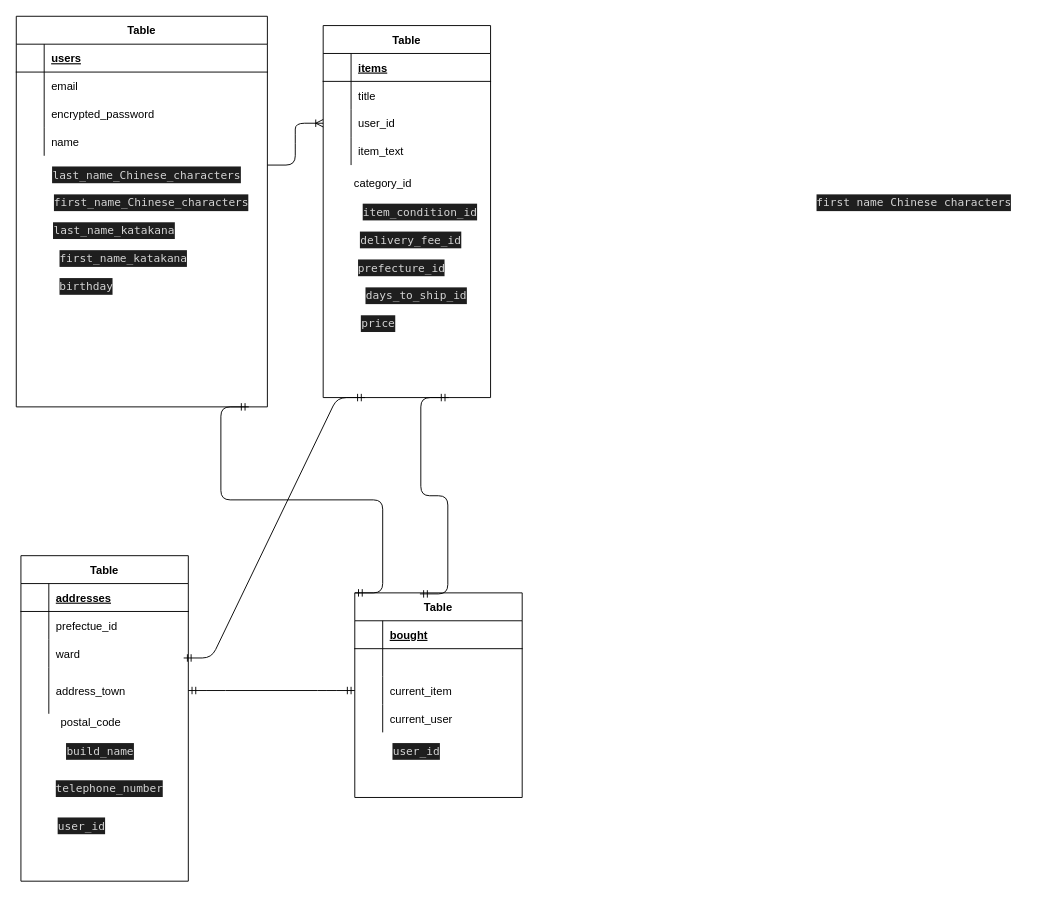
This is test.dio from maepu/furima-36376, a draw.io file, before an edit. Source tidied: cells renumbered, new cells numbered last; positions are measured from the earlier drawing's top-left corner, leaving out a move shared by most shapes. Both pictures are drawn from the tidied source at 93%, with x=0, y=0 at pixel (16, 16).
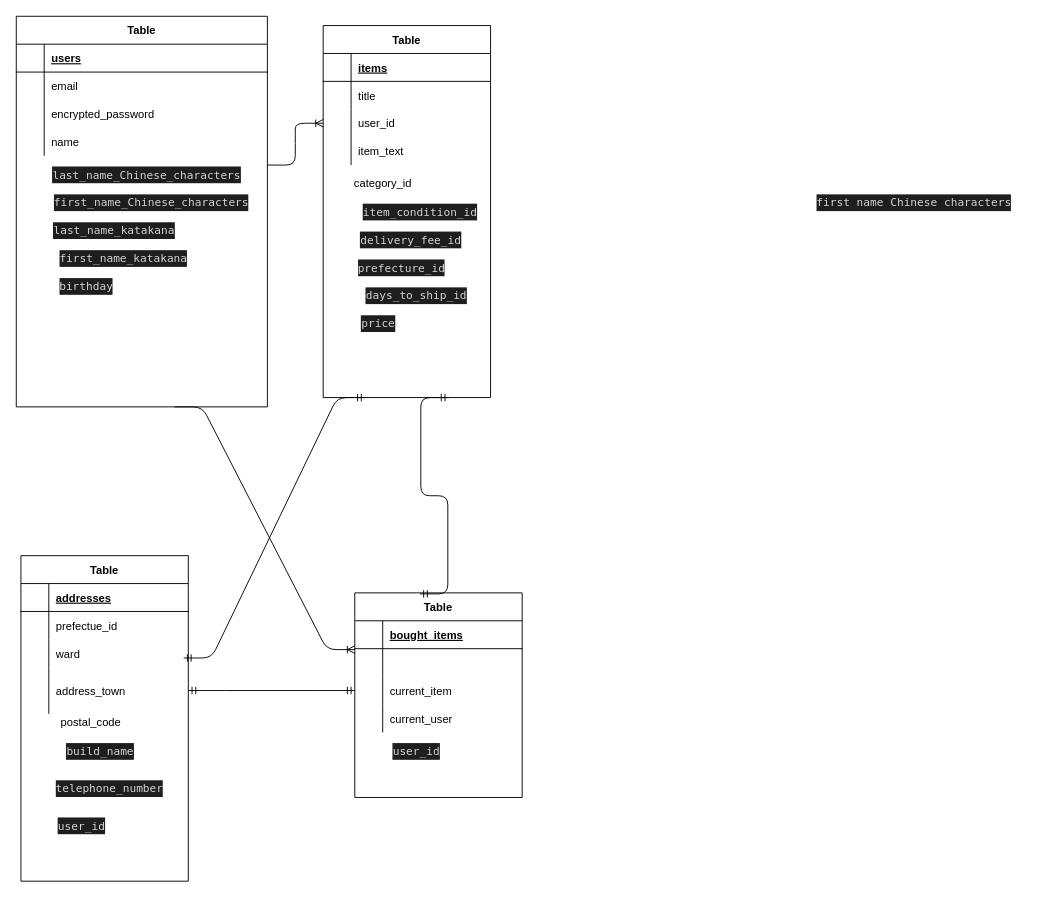
Above is the later version.

Commit message (it also covers changes not shown here):
ER図とREADME 修正③

The change refers to these unchanged cells:
```xml
<mxCell id="41" value="Table" style="shape=table;startSize=30;childLayout=tableLayout;rowLines=0;fontStyle=1;align=center;" parent="1" vertex="1">
  <mxGeometry x="364" y="620" width="180" height="220" as="geometry" />
</mxCell>
<mxCell id="42" style="shape=partialRectangle;fillColor=none;top=0;left=0;bottom=1;right=0;" parent="41" vertex="1">
  <mxGeometry y="30" width="180" height="30" as="geometry" />
</mxCell>
<mxCell id="45" style="shape=partialRectangle;fillColor=none;top=0;left=0;bottom=0;right=0;points=[[0,0.5],[1,0.5]];portConstraint=eastwest;" parent="41" vertex="1">
  <mxGeometry y="60" width="180" height="30" as="geometry" />
</mxCell>
```

Change to the diagram source:
```diff
@@
-    <mxCell id="44" value="bought" style="shape=partialRectangle;fillColor=none;top=0;left=0;bottom=0;right=0;align=left;spacingLeft=6;fontStyle=5;overflow=hidden;" parent="42" vertex="1">
+    <mxCell id="44" value="bought_items" style="shape=partialRectangle;fillColor=none;top=0;left=0;bottom=0;right=0;align=left;spacingLeft=6;fontStyle=5;overflow=hidden;" parent="42" vertex="1">
       <mxGeometry x="30" width="150" height="30" as="geometry" />
     </mxCell>
@@
-    <mxCell id="77" style="edgeStyle=entityRelationEdgeStyle;fontSize=12;html=1;endArrow=ERmandOne;startArrow=ERmandOne;exitX=0;exitY=0;exitDx=0;exitDy=0;" parent="1" edge="1" source="41">
-      <mxGeometry relative="1" as="geometry">
-        <mxPoint x="250" y="420" as="targetPoint" />
-      </mxGeometry>
-    </mxCell>
@@
+    <mxCell id="79" style="edgeStyle=entityRelationEdgeStyle;fontSize=12;html=1;endArrow=ERoneToMany;entryX=0;entryY=0.033;entryDx=0;entryDy=0;entryPerimeter=0;" parent="1" edge="1" target="45">
+      <mxGeometry relative="1" as="geometry">
+        <mxPoint x="170" y="420" as="sourcePoint" />
+      </mxGeometry>
+    </mxCell>
```
